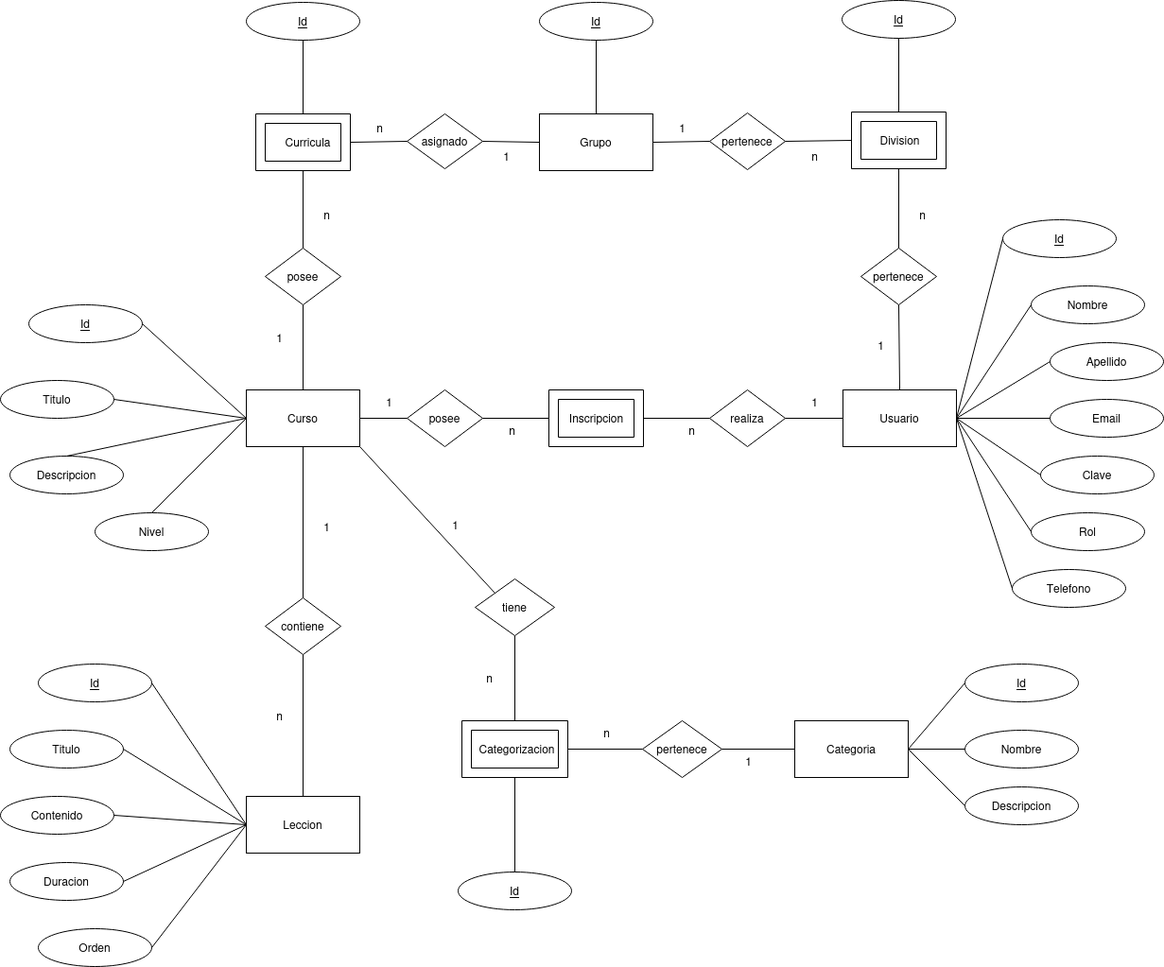
Above: docs/diagrama-entidad-relacion.png in abelardog/bootcampar (draw.io), before the change. Source tidied: cells renumbered, new cells last; positions are measured from the earlier drawing's top-left corner, leaving out a move shared by most shapes.
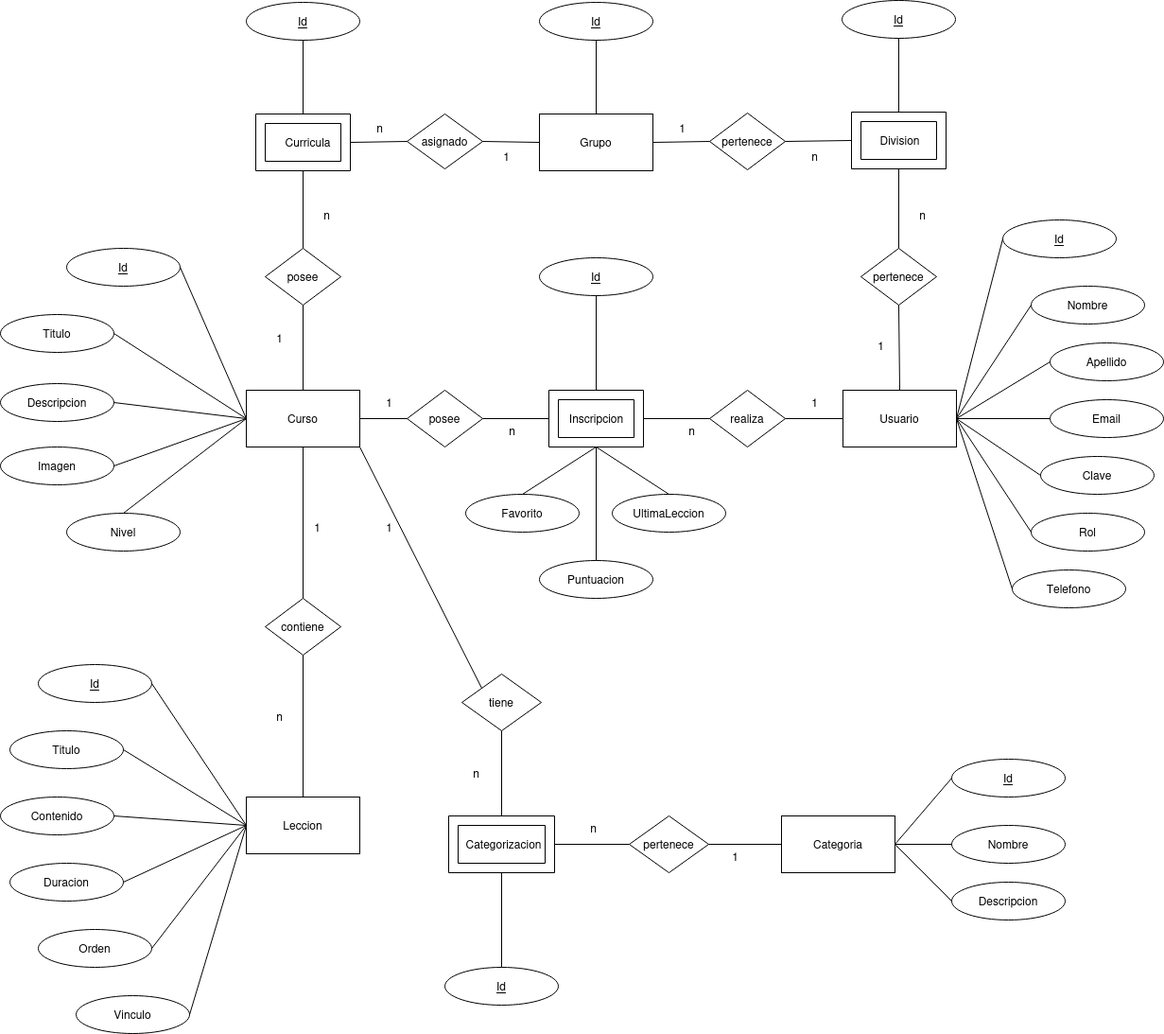
The same file after the commit.

The edit, as a diff of the source:
```diff
@@ -9,16 +9,16 @@
       <mxGeometry x="890" width="120" height="40" as="geometry" />
     </mxCell>
     <mxCell id="4" value="Nivel" style="ellipse;whiteSpace=wrap;html=1;" parent="1" vertex="1">
-      <mxGeometry x="100" y="542" width="120" height="40" as="geometry" />
+      <mxGeometry x="70" y="542" width="120" height="40" as="geometry" />
     </mxCell>
     <mxCell id="5" value="Descripcion" style="ellipse;whiteSpace=wrap;html=1;" parent="1" vertex="1">
-      <mxGeometry x="10" y="482" width="120" height="40" as="geometry" />
+      <mxGeometry y="405" width="120" height="40" as="geometry" />
     </mxCell>
     <mxCell id="6" value="Titulo" style="ellipse;whiteSpace=wrap;html=1;" parent="1" vertex="1">
-      <mxGeometry y="402" width="120" height="40" as="geometry" />
+      <mxGeometry y="332" width="120" height="40" as="geometry" />
     </mxCell>
     <mxCell id="7" value="&lt;u&gt;Id&lt;/u&gt;" style="ellipse;whiteSpace=wrap;html=1;" parent="1" vertex="1">
-      <mxGeometry x="30" y="322" width="120" height="40" as="geometry" />
+      <mxGeometry x="70" y="262" width="120" height="40" as="geometry" />
     </mxCell>
     <mxCell id="8" value="&lt;u&gt;Id&lt;/u&gt;" style="ellipse;whiteSpace=wrap;html=1;" parent="1" vertex="1">
       <mxGeometry x="260" y="2" width="120" height="40" as="geometry" />
@@ -35,7 +35,7 @@
     <mxCell id="12" style="endArrow=none;html=1;rounded=0;exitX=1;exitY=0.5;exitDx=0;exitDy=0;entryX=0;entryY=0.5;entryDx=0;entryDy=0;" parent="1" edge="1" source="6" target="10">
       <mxGeometry relative="1" as="geometry" />
     </mxCell>
-    <mxCell id="13" style="endArrow=none;html=1;rounded=0;exitX=0.5;exitY=0;exitDx=0;exitDy=0;entryX=0;entryY=0.5;entryDx=0;entryDy=0;" parent="1" edge="1" source="5" target="10">
+    <mxCell id="13" style="endArrow=none;html=1;rounded=0;exitX=1;exitY=0.5;exitDx=0;exitDy=0;entryX=0;entryY=0.5;entryDx=0;entryDy=0;" parent="1" edge="1" source="5" target="10">
       <mxGeometry relative="1" as="geometry" />
     </mxCell>
     <mxCell id="14" style="endArrow=none;html=1;rounded=0;exitX=0.5;exitY=0;exitDx=0;exitDy=0;entryX=0;entryY=0.5;entryDx=0;entryDy=0;" parent="1" edge="1" source="4" target="10">
@@ -246,31 +246,31 @@
       <mxGeometry relative="1" as="geometry" />
     </mxCell>
     <mxCell id="83" value="1" style="text;html=1;align=center;verticalAlign=middle;strokeColor=none;fillColor=none;" parent="1" vertex="1">
-      <mxGeometry x="330" y="542" width="30" height="30" as="geometry" />
+      <mxGeometry x="320" y="542" width="30" height="30" as="geometry" />
     </mxCell>
     <mxCell id="84" value="n" style="text;html=1;align=center;verticalAlign=middle;strokeColor=none;fillColor=none;" parent="1" vertex="1">
       <mxGeometry x="280" y="742" width="30" height="30" as="geometry" />
     </mxCell>
     <mxCell id="85" value="Categoria" style="rounded=0;whiteSpace=wrap;html=1;" parent="1" vertex="1">
-      <mxGeometry x="840" y="762" width="120" height="60" as="geometry" />
+      <mxGeometry x="826" y="862" width="120" height="60" as="geometry" />
     </mxCell>
     <mxCell id="86" value="&lt;u&gt;Id&lt;/u&gt;" style="ellipse;whiteSpace=wrap;html=1;" parent="1" vertex="1">
-      <mxGeometry x="1020" y="702" width="120" height="40" as="geometry" />
+      <mxGeometry x="1006" y="802" width="120" height="40" as="geometry" />
     </mxCell>
     <mxCell id="87" style="endArrow=none;html=1;rounded=0;entryX=0;entryY=0.5;entryDx=0;entryDy=0;exitX=1;exitY=0.5;exitDx=0;exitDy=0;" parent="1" edge="1" source="85" target="86">
       <mxGeometry relative="1" as="geometry" />
     </mxCell>
     <mxCell id="88" value="tiene" style="rhombus;whiteSpace=wrap;html=1;" parent="1" vertex="1">
-      <mxGeometry x="502" y="612" width="84" height="60" as="geometry" />
+      <mxGeometry x="488" y="712" width="84" height="60" as="geometry" />
     </mxCell>
     <mxCell id="89" style="endArrow=none;html=1;rounded=0;exitX=1;exitY=1;exitDx=0;exitDy=0;entryX=0;entryY=0;entryDx=0;entryDy=0;" parent="1" edge="1" source="10" target="88">
       <mxGeometry relative="1" as="geometry" />
     </mxCell>
     <mxCell id="90" value="Nombre" style="ellipse;whiteSpace=wrap;html=1;" parent="1" vertex="1">
-      <mxGeometry x="1020" y="772" width="120" height="40" as="geometry" />
+      <mxGeometry x="1006" y="872" width="120" height="40" as="geometry" />
     </mxCell>
     <mxCell id="91" value="Descripcion" style="ellipse;whiteSpace=wrap;html=1;" parent="1" vertex="1">
-      <mxGeometry x="1020" y="832" width="120" height="40" as="geometry" />
+      <mxGeometry x="1006" y="932" width="120" height="40" as="geometry" />
     </mxCell>
     <mxCell id="92" style="endArrow=none;html=1;rounded=0;entryX=0;entryY=0.5;entryDx=0;entryDy=0;exitX=1;exitY=0.5;exitDx=0;exitDy=0;" parent="1" edge="1" source="85" target="90">
       <mxGeometry relative="1" as="geometry" />
@@ -279,22 +279,22 @@
       <mxGeometry relative="1" as="geometry" />
     </mxCell>
     <mxCell id="94" style="verticalLabelPosition=bottom;verticalAlign=top;html=1;shape=mxgraph.basic.frame;dx=10;whiteSpace=wrap;" parent="1" vertex="1">
-      <mxGeometry x="488" y="762" width="112" height="60" as="geometry" />
+      <mxGeometry x="474" y="862" width="112" height="60" as="geometry" />
     </mxCell>
     <mxCell id="95" value="Categorizacion" style="text;html=1;align=center;verticalAlign=middle;strokeColor=none;fillColor=none;" parent="1" vertex="1">
-      <mxGeometry x="496" y="777" width="100" height="30" as="geometry" />
+      <mxGeometry x="482" y="877" width="100" height="30" as="geometry" />
     </mxCell>
     <mxCell id="96" style="endArrow=none;html=1;rounded=0;entryX=0.5;entryY=1;entryDx=0;entryDy=0;exitX=0.5;exitY=0;exitDx=0;exitDy=0;exitPerimeter=0;" parent="1" edge="1" source="94" target="88">
       <mxGeometry relative="1" as="geometry" />
     </mxCell>
     <mxCell id="97" value="1" style="text;html=1;align=center;verticalAlign=middle;strokeColor=none;fillColor=none;" parent="1" vertex="1">
-      <mxGeometry x="466" y="540" width="30" height="30" as="geometry" />
+      <mxGeometry x="396" y="542" width="30" height="30" as="geometry" />
     </mxCell>
     <mxCell id="98" value="n" style="text;html=1;align=center;verticalAlign=middle;strokeColor=none;fillColor=none;" parent="1" vertex="1">
-      <mxGeometry x="502" y="702" width="30" height="30" as="geometry" />
+      <mxGeometry x="488" y="802" width="30" height="30" as="geometry" />
     </mxCell>
     <mxCell id="99" value="pertenece" style="rhombus;whiteSpace=wrap;html=1;" parent="1" vertex="1">
-      <mxGeometry x="679" y="762" width="84" height="60" as="geometry" />
+      <mxGeometry x="665" y="862" width="84" height="60" as="geometry" />
     </mxCell>
     <mxCell id="100" style="endArrow=none;html=1;rounded=0;exitX=1;exitY=0.5;exitDx=0;exitDy=0;exitPerimeter=0;entryX=0;entryY=0.5;entryDx=0;entryDy=0;" parent="1" edge="1" source="94" target="99">
       <mxGeometry relative="1" as="geometry" />
@@ -303,16 +303,52 @@
       <mxGeometry relative="1" as="geometry" />
     </mxCell>
     <mxCell id="102" value="n" style="text;html=1;align=center;verticalAlign=middle;strokeColor=none;fillColor=none;" parent="1" vertex="1">
-      <mxGeometry x="626" y="760" width="30" height="30" as="geometry" />
+      <mxGeometry x="612" y="860" width="30" height="30" as="geometry" />
     </mxCell>
     <mxCell id="103" value="1" style="text;html=1;align=center;verticalAlign=middle;strokeColor=none;fillColor=none;" parent="1" vertex="1">
-      <mxGeometry x="776" y="790" width="30" height="30" as="geometry" />
+      <mxGeometry x="762" y="890" width="30" height="30" as="geometry" />
     </mxCell>
     <mxCell id="104" value="&lt;u&gt;Id&lt;/u&gt;" style="ellipse;whiteSpace=wrap;html=1;" parent="1" vertex="1">
-      <mxGeometry x="484" y="922" width="120" height="40" as="geometry" />
+      <mxGeometry x="470" y="1022" width="120" height="40" as="geometry" />
     </mxCell>
     <mxCell id="105" style="endArrow=none;html=1;rounded=0;exitX=0.5;exitY=0;exitDx=0;exitDy=0;entryX=0.5;entryY=1;entryDx=0;entryDy=0;entryPerimeter=0;" parent="1" edge="1" source="104" target="94">
       <mxGeometry relative="1" as="geometry" />
     </mxCell>
+    <mxCell id="106" value="Imagen" style="ellipse;whiteSpace=wrap;html=1;" parent="1" vertex="1">
+      <mxGeometry y="472" width="120" height="40" as="geometry" />
+    </mxCell>
+    <mxCell id="107" style="endArrow=none;html=1;rounded=0;exitX=1;exitY=0.5;exitDx=0;exitDy=0;entryX=0;entryY=0.5;entryDx=0;entryDy=0;" parent="1" edge="1" source="106" target="10">
+      <mxGeometry relative="1" as="geometry" />
+    </mxCell>
+    <mxCell id="108" value="Vinculo" style="ellipse;whiteSpace=wrap;html=1;" parent="1" vertex="1">
+      <mxGeometry x="80" y="1052" width="120" height="40" as="geometry" />
+    </mxCell>
+    <mxCell id="109" style="endArrow=none;html=1;rounded=0;exitX=1;exitY=0.5;exitDx=0;exitDy=0;entryX=0;entryY=0.5;entryDx=0;entryDy=0;" parent="1" edge="1" source="108" target="69">
+      <mxGeometry relative="1" as="geometry" />
+    </mxCell>
+    <mxCell id="110" value="&lt;u&gt;Id&lt;/u&gt;" style="ellipse;whiteSpace=wrap;html=1;" parent="1" vertex="1">
+      <mxGeometry x="570" y="272" width="120" height="40" as="geometry" />
+    </mxCell>
+    <mxCell id="111" style="endArrow=none;html=1;rounded=0;exitX=0.5;exitY=1;exitDx=0;exitDy=0;entryX=0.5;entryY=0;entryDx=0;entryDy=0;entryPerimeter=0;" parent="1" edge="1" source="110" target="61">
+      <mxGeometry relative="1" as="geometry" />
+    </mxCell>
+    <mxCell id="112" value="Favorito" style="ellipse;whiteSpace=wrap;html=1;" parent="1" vertex="1">
+      <mxGeometry x="492" y="522" width="120" height="40" as="geometry" />
+    </mxCell>
+    <mxCell id="113" value="Puntuacion" style="ellipse;whiteSpace=wrap;html=1;" parent="1" vertex="1">
+      <mxGeometry x="570" y="592" width="120" height="40" as="geometry" />
+    </mxCell>
+    <mxCell id="114" value="UltimaLeccion" style="ellipse;whiteSpace=wrap;html=1;" parent="1" vertex="1">
+      <mxGeometry x="647" y="522" width="120" height="40" as="geometry" />
+    </mxCell>
+    <mxCell id="115" style="endArrow=none;html=1;rounded=0;entryX=0.5;entryY=1;entryDx=0;entryDy=0;entryPerimeter=0;exitX=0.5;exitY=0;exitDx=0;exitDy=0;" parent="1" edge="1" source="114" target="61">
+      <mxGeometry relative="1" as="geometry" />
+    </mxCell>
+    <mxCell id="116" style="endArrow=none;html=1;rounded=0;entryX=0.5;entryY=1;entryDx=0;entryDy=0;entryPerimeter=0;exitX=0.5;exitY=0;exitDx=0;exitDy=0;" parent="1" edge="1" source="112" target="61">
+      <mxGeometry relative="1" as="geometry" />
+    </mxCell>
+    <mxCell id="117" style="endArrow=none;html=1;rounded=0;entryX=0.5;entryY=1;entryDx=0;entryDy=0;entryPerimeter=0;exitX=0.5;exitY=0;exitDx=0;exitDy=0;" parent="1" edge="1" source="113" target="61">
+      <mxGeometry relative="1" as="geometry" />
+    </mxCell>
   </root>
 </mxGraphModel>
```
